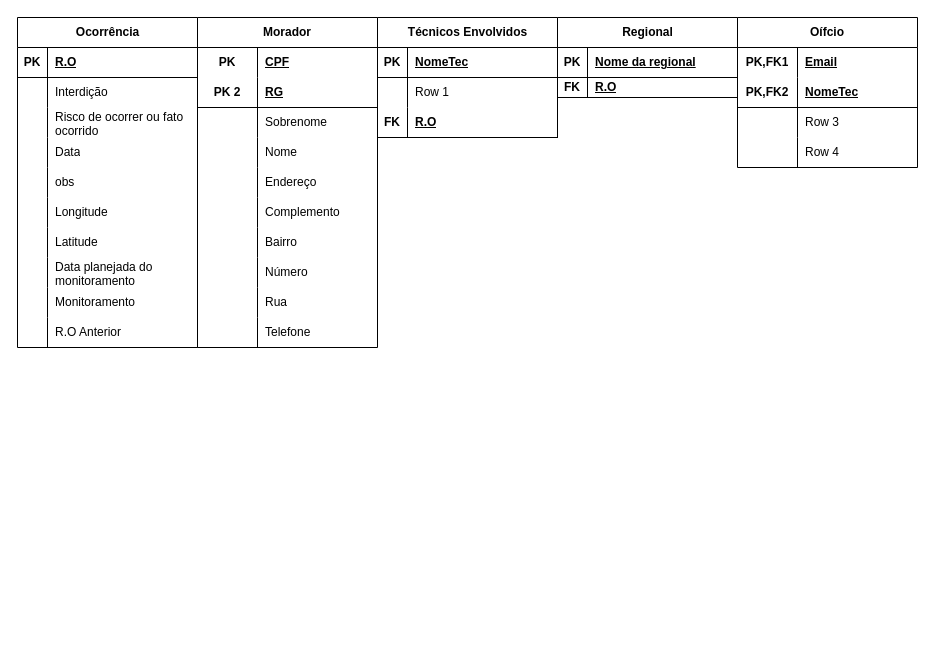
imreadyrod/ProjetoBancosDeDados keeps this draw.io diagram as page "Página-2" (2 of 2) of DiagramaER/DiagramaER.drawio. Above is the earlier version. Source tidied: cells renumbered, new cells numbered last; positions are measured from the earlier drawing's top-left corner, leaving out a move shared by most shapes. Both pictures are drawn from the tidied source at 100%, with x=0, y=0 at pixel (17, 17).
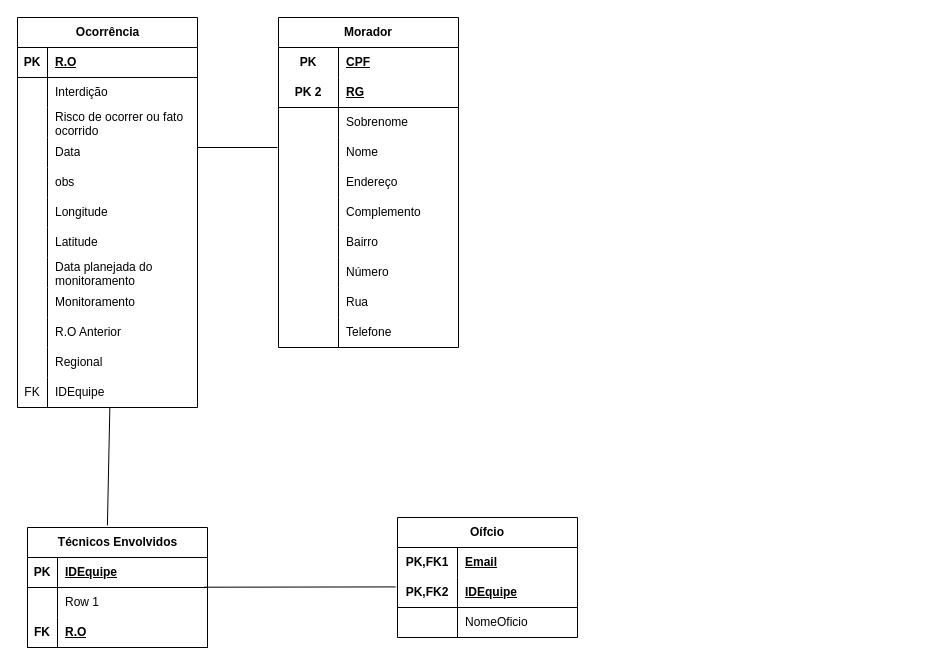
The same page after the edit.

Unchanged cells that the change refers to:
```xml
<mxCell id="72" style="shape=tableRow;horizontal=0;startSize=0;swimlaneHead=0;swimlaneBody=0;fillColor=none;top=0;left=0;right=0;bottom=1;" parent="71" vertex="1">
  <mxGeometry y="30" width="180" height="30" as="geometry" />
</mxCell>
<mxCell id="75" style="shape=tableRow;horizontal=0;startSize=0;swimlaneHead=0;swimlaneBody=0;fillColor=none;points=[[0,0.5],[1,0.5]];portConstraint=eastwest;top=0;left=0;right=0;bottom=0;" parent="71" vertex="1">
  <mxGeometry y="60" width="180" height="30" as="geometry" />
</mxCell>
<mxCell id="85" style="shape=tableRow;horizontal=0;startSize=0;swimlaneHead=0;swimlaneBody=0;fillColor=none;points=[[0,0.5],[1,0.5]];portConstraint=eastwest;top=0;left=0;right=0;bottom=1;html=1;" parent="81" vertex="1">
  <mxGeometry y="60" width="180" height="30" as="geometry" />
</mxCell>
<mxCell id="88" style="shape=tableRow;horizontal=0;startSize=0;swimlaneHead=0;swimlaneBody=0;fillColor=none;top=0;left=0;right=0;bottom=0;html=1;" parent="81" vertex="1">
  <mxGeometry y="90" width="180" height="30" as="geometry" />
</mxCell>
```

Diff of the diagram source:
```diff
@@
     <mxCell id="2" value="Ocorrência" style="shape=table;startSize=30;childLayout=tableLayout;rowLines=0;fontStyle=1;align=center;html=1;" parent="1" vertex="1">
-      <mxGeometry width="180" height="330" as="geometry" />
+      <mxGeometry width="180" height="390" as="geometry" />
     </mxCell>
@@
+    <mxCell id="94" style="shape=tableRow;horizontal=0;startSize=0;swimlaneHead=0;swimlaneBody=0;fillColor=none;top=0;left=0;right=0;bottom=0;" parent="2" vertex="1">
+      <mxGeometry y="330" width="180" height="30" as="geometry" />
+    </mxCell>
+    <mxCell id="95" style="shape=partialRectangle;fillColor=none;top=0;left=0;bottom=0;right=0;overflow=hidden;whiteSpace=wrap;html=1;" parent="94" vertex="1">
+      <mxGeometry width="30" height="30" as="geometry" />
+    </mxCell>
+    <mxCell id="64" value="Regional" style="shape=partialRectangle;fillColor=none;top=0;left=0;bottom=0;right=0;align=left;spacingLeft=6;overflow=hidden;whiteSpace=wrap;html=1;" parent="94" vertex="1">
+      <mxGeometry x="30" width="150" height="30" as="geometry" />
+    </mxCell>
+    <mxCell id="96" style="shape=tableRow;horizontal=0;startSize=0;swimlaneHead=0;swimlaneBody=0;fillColor=none;points=[[0,0.5],[1,0.5]];portConstraint=eastwest;top=0;left=0;right=0;bottom=0;" parent="2" vertex="1">
+      <mxGeometry y="360" width="180" height="30" as="geometry" />
+    </mxCell>
+    <mxCell id="69" value="FK" style="shape=partialRectangle;fillColor=none;top=0;left=0;bottom=0;right=0;overflow=hidden;whiteSpace=wrap;html=1;" parent="96" vertex="1">
+      <mxGeometry width="30" height="30" as="geometry" />
+    </mxCell>
+    <mxCell id="97" value="IDEquipe" style="shape=partialRectangle;fillColor=none;top=0;left=0;bottom=0;right=0;align=left;spacingLeft=6;overflow=hidden;whiteSpace=wrap;html=1;" parent="96" vertex="1">
+      <mxGeometry x="30" width="150" height="30" as="geometry" />
+    </mxCell>
     <mxCell id="33" value="Morador" style="shape=table;startSize=30;childLayout=tableLayout;rowLines=0;fontStyle=1;align=center;html=1;whiteSpace=wrap;" parent="1" vertex="1">
-      <mxGeometry x="180" width="180" height="330" as="geometry" />
+      <mxGeometry x="261" width="180" height="330" as="geometry" />
     </mxCell>
@@
-    <mxCell id="64" value="Regional" style="shape=table;startSize=30;childLayout=tableLayout;rowLines=0;fontStyle=1;align=center;html=1;" parent="1" vertex="1">
-      <mxGeometry x="540" width="180" height="80" as="geometry" />
-    </mxCell>
-    <mxCell id="65" style="shape=tableRow;horizontal=0;startSize=0;swimlaneHead=0;swimlaneBody=0;fillColor=none;top=0;left=0;right=0;bottom=1;" parent="64" vertex="1">
-      <mxGeometry y="30" width="180" height="30" as="geometry" />
-    </mxCell>
-    <mxCell id="66" value="PK" style="shape=partialRectangle;fillColor=none;top=0;left=0;bottom=0;right=0;fontStyle=1;overflow=hidden;whiteSpace=wrap;html=1;" parent="65" vertex="1">
-      <mxGeometry width="30" height="30" as="geometry" />
-    </mxCell>
-    <mxCell id="67" value="Nome da regional" style="shape=partialRectangle;fillColor=none;top=0;left=0;bottom=0;right=0;align=left;spacingLeft=6;fontStyle=5;overflow=hidden;whiteSpace=wrap;html=1;" parent="65" vertex="1">
-      <mxGeometry x="30" width="150" height="30" as="geometry" />
-    </mxCell>
-    <mxCell id="68" style="shape=tableRow;horizontal=0;startSize=0;swimlaneHead=0;swimlaneBody=0;fillColor=none;top=0;left=0;right=0;bottom=1;" parent="64" vertex="1">
-      <mxGeometry y="60" width="180" height="20" as="geometry" />
-    </mxCell>
-    <mxCell id="69" value="FK" style="shape=partialRectangle;fillColor=none;top=0;left=0;bottom=0;right=0;fontStyle=1;overflow=hidden;whiteSpace=wrap;html=1;" parent="68" vertex="1">
-      <mxGeometry width="30" height="20" as="geometry" />
-    </mxCell>
-    <mxCell id="70" value="R.O" style="shape=partialRectangle;fillColor=none;top=0;left=0;bottom=0;right=0;align=left;spacingLeft=6;fontStyle=5;overflow=hidden;whiteSpace=wrap;html=1;" parent="68" vertex="1">
-      <mxGeometry x="30" width="150" height="20" as="geometry" />
-    </mxCell>
     <mxCell id="71" value="Técnicos Envolvidos" style="shape=table;startSize=30;childLayout=tableLayout;rowLines=0;fontStyle=1;align=center;html=1;" parent="1" vertex="1">
-      <mxGeometry x="360" width="180" height="120" as="geometry" />
+      <mxGeometry x="10" y="510" width="180" height="120" as="geometry" />
     </mxCell>
@@
-    <mxCell id="74" value="NomeTec" style="shape=partialRectangle;fillColor=none;top=0;left=0;bottom=0;right=0;align=left;spacingLeft=6;fontStyle=5;overflow=hidden;whiteSpace=wrap;html=1;" parent="72" vertex="1">
+    <mxCell id="74" value="IDEquipe" style="shape=partialRectangle;fillColor=none;top=0;left=0;bottom=0;right=0;align=left;spacingLeft=6;fontStyle=5;overflow=hidden;whiteSpace=wrap;html=1;" parent="72" vertex="1">
       <mxGeometry x="30" width="150" height="30" as="geometry" />
     </mxCell>
@@
     <mxCell id="81" value="Oífcio" style="shape=table;startSize=30;childLayout=tableLayout;rowLines=0;fontStyle=1;align=center;html=1;whiteSpace=wrap;" parent="1" vertex="1">
-      <mxGeometry x="720" width="180" height="150" as="geometry" />
+      <mxGeometry x="380" y="500" width="180" height="120" as="geometry" />
     </mxCell>
@@
-    <mxCell id="87" value="NomeTec" style="shape=partialRectangle;fillColor=none;top=0;left=0;bottom=0;right=0;align=left;spacingLeft=6;fontStyle=5;overflow=hidden;html=1;whiteSpace=wrap;" parent="85" vertex="1">
+    <mxCell id="87" value="IDEquipe" style="shape=partialRectangle;fillColor=none;top=0;left=0;bottom=0;right=0;align=left;spacingLeft=6;fontStyle=5;overflow=hidden;html=1;whiteSpace=wrap;" parent="85" vertex="1">
       <mxGeometry x="60" width="120" height="30" as="geometry" />
     </mxCell>
@@
-    <mxCell id="90" value="Row 3" style="shape=partialRectangle;fillColor=none;top=0;left=0;bottom=0;right=0;align=left;spacingLeft=6;overflow=hidden;html=1;whiteSpace=wrap;" parent="88" vertex="1">
+    <mxCell id="90" value="NomeOficio" style="shape=partialRectangle;fillColor=none;top=0;left=0;bottom=0;right=0;align=left;spacingLeft=6;overflow=hidden;html=1;whiteSpace=wrap;" parent="88" vertex="1">
       <mxGeometry x="60" width="120" height="30" as="geometry" />
     </mxCell>
-    <mxCell id="91" style="shape=tableRow;horizontal=0;startSize=0;swimlaneHead=0;swimlaneBody=0;fillColor=none;top=0;left=0;right=0;bottom=0;html=1;" parent="81" vertex="1">
-      <mxGeometry y="120" width="180" height="30" as="geometry" />
-    </mxCell>
-    <mxCell id="92" style="shape=partialRectangle;fillColor=none;top=0;left=0;bottom=0;right=0;overflow=hidden;html=1;whiteSpace=wrap;" parent="91" vertex="1">
-      <mxGeometry width="60" height="30" as="geometry" />
-    </mxCell>
-    <mxCell id="93" value="Row 4" style="shape=partialRectangle;fillColor=none;top=0;left=0;bottom=0;right=0;align=left;spacingLeft=6;overflow=hidden;html=1;whiteSpace=wrap;" parent="91" vertex="1">
-      <mxGeometry x="60" width="120" height="30" as="geometry" />
-    </mxCell>
+    <mxCell id="98" style="endArrow=none;html=1;rounded=0;" parent="1" edge="1">
+      <mxGeometry relative="1" as="geometry">
+        <mxPoint x="180" y="130" as="sourcePoint" />
+        <mxPoint x="260" y="130" as="targetPoint" />
+      </mxGeometry>
+    </mxCell>
+    <mxCell id="99" style="endArrow=none;html=1;rounded=0;exitX=0.513;exitY=1.01;exitDx=0;exitDy=0;exitPerimeter=0;entryX=0.444;entryY=-0.017;entryDx=0;entryDy=0;entryPerimeter=0;" parent="1" edge="1" source="96" target="71">
+      <mxGeometry relative="1" as="geometry" />
+    </mxCell>
+    <mxCell id="100" style="endArrow=none;html=1;rounded=0;entryX=-0.01;entryY=0.314;entryDx=0;entryDy=0;entryPerimeter=0;exitX=0.981;exitY=-0.01;exitDx=0;exitDy=0;exitPerimeter=0;" parent="1" edge="1" source="75" target="85">
+      <mxGeometry relative="1" as="geometry" />
+    </mxCell>
```
